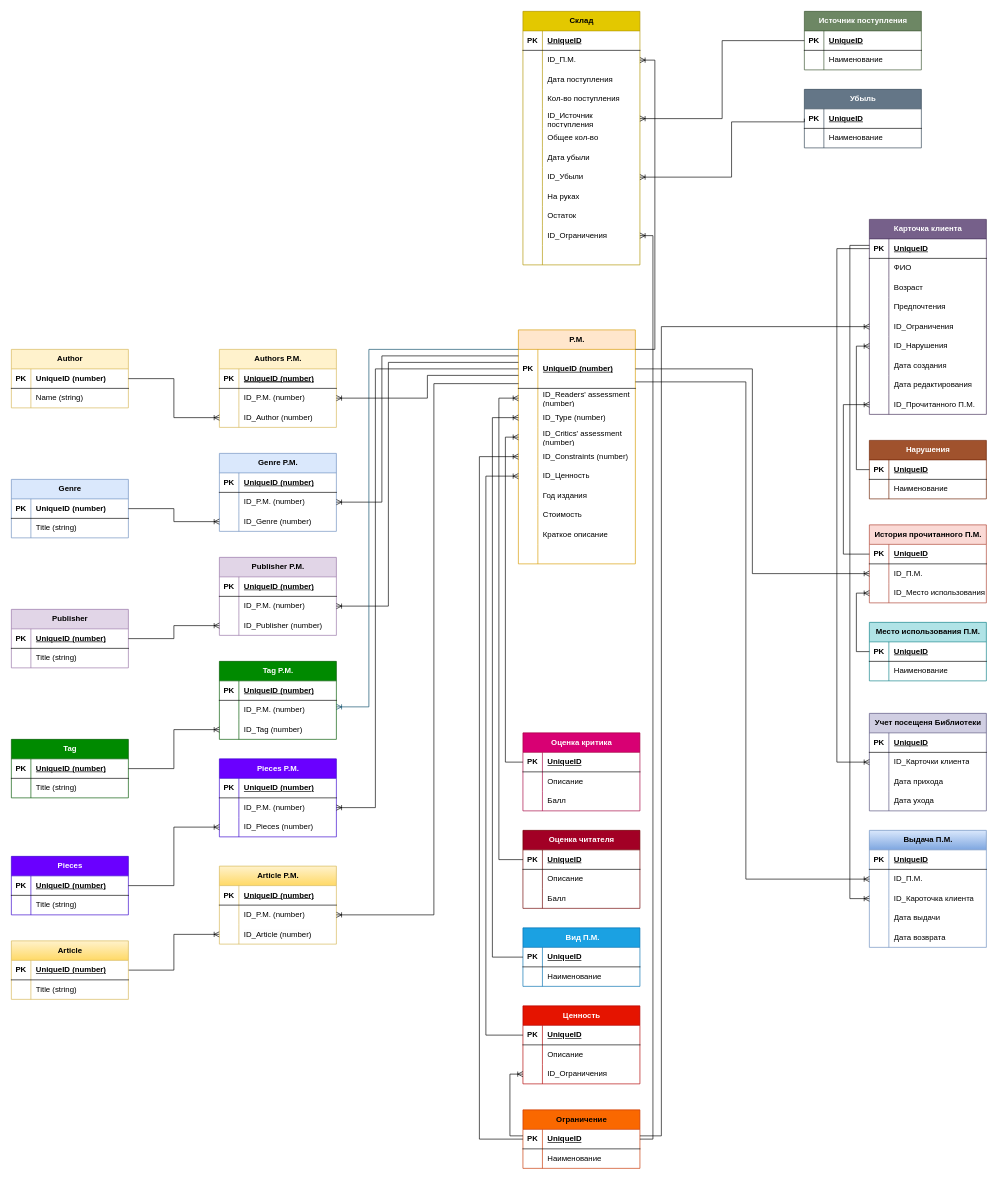
Before: page "Страница — 2" (2 of 2) of Диаграмма без названия.drawio in whoIsJhonGalt/repFirst, a draw.io diagram. Source tidied: cells renumbered, new cells numbered last; positions are measured from the earlier drawing's top-left corner, leaving out a move shared by most shapes. Both pictures are drawn from the tidied source at 65%, with x=0, y=0 at pixel (11, 11).
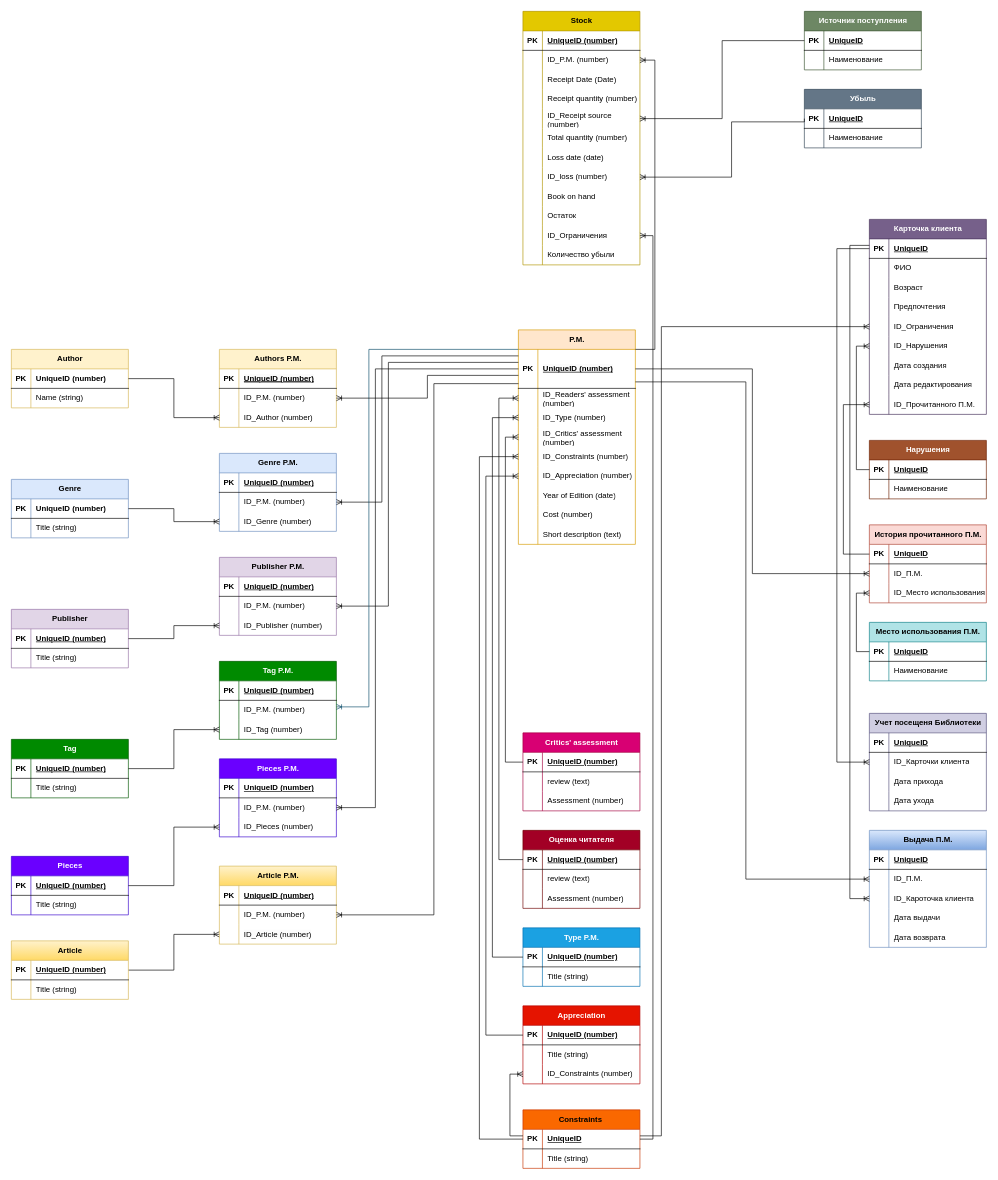
The same page after the edit.

The change refers to these unchanged cells:
```xml
<mxCell id="18" style="shape=tableRow;horizontal=0;startSize=0;swimlaneHead=0;swimlaneBody=0;fillColor=none;points=[[0,0.5],[1,0.5]];portConstraint=eastwest;top=0;left=0;right=0;bottom=0;" parent="2" vertex="1">
<mxCell id="21" style="shape=tableRow;horizontal=0;startSize=0;swimlaneHead=0;swimlaneBody=0;fillColor=none;top=0;left=0;right=0;bottom=0;" parent="2" vertex="1">
<mxCell id="24" style="shape=tableRow;horizontal=0;startSize=0;swimlaneHead=0;swimlaneBody=0;fillColor=none;top=0;left=0;right=0;bottom=0;" parent="2" vertex="1">
<mxCell id="27" style="shape=tableRow;horizontal=0;startSize=0;swimlaneHead=0;swimlaneBody=0;fillColor=none;top=0;left=0;right=0;bottom=0;" parent="2" vertex="1">
<mxCell id="109" style="shape=tableRow;horizontal=0;startSize=0;swimlaneHead=0;swimlaneBody=0;fillColor=none;points=[[0,0.5],[1,0.5]];portConstraint=eastwest;top=0;left=0;right=0;bottom=1;" parent="108" vertex="1">
<mxCell id="112" style="shape=tableRow;horizontal=0;startSize=0;swimlaneHead=0;swimlaneBody=0;fillColor=none;top=0;left=0;right=0;bottom=0;" parent="108" vertex="1">
<mxCell id="115" style="shape=tableRow;horizontal=0;startSize=0;swimlaneHead=0;swimlaneBody=0;fillColor=none;top=0;left=0;right=0;bottom=0;" parent="108" vertex="1">
<mxCell id="140" style="shape=tableRow;horizontal=0;startSize=0;swimlaneHead=0;swimlaneBody=0;fillColor=none;points=[[0,0.5],[1,0.5]];portConstraint=eastwest;top=0;left=0;right=0;bottom=1;" parent="139" vertex="1">
<mxCell id="143" style="shape=tableRow;horizontal=0;startSize=0;swimlaneHead=0;swimlaneBody=0;fillColor=none;top=0;left=0;right=0;bottom=0;" parent="139" vertex="1">
<mxCell id="146" style="shape=tableRow;horizontal=0;startSize=0;swimlaneHead=0;swimlaneBody=0;fillColor=none;points=[[0,0.5],[1,0.5]];portConstraint=eastwest;top=0;left=0;right=0;bottom=0;" parent="139" vertex="1">
<mxCell id="153" style="shape=tableRow;horizontal=0;startSize=0;swimlaneHead=0;swimlaneBody=0;fillColor=none;top=0;left=0;right=0;bottom=0;" parent="149" vertex="1">
<mxCell id="157" style="shape=tableRow;horizontal=0;startSize=0;swimlaneHead=0;swimlaneBody=0;fillColor=none;points=[[0,0.5],[1,0.5]];portConstraint=eastwest;top=0;left=0;right=0;bottom=1;" parent="156" vertex="1">
<mxCell id="160" style="shape=tableRow;horizontal=0;startSize=0;swimlaneHead=0;swimlaneBody=0;fillColor=none;top=0;left=0;right=0;bottom=0;" parent="156" vertex="1">
<mxCell id="164" style="shape=tableRow;horizontal=0;startSize=0;swimlaneHead=0;swimlaneBody=0;fillColor=none;points=[[0,0.5],[1,0.5]];portConstraint=eastwest;top=0;left=0;right=0;bottom=1;" parent="163" vertex="1">
<mxCell id="167" style="shape=tableRow;horizontal=0;startSize=0;swimlaneHead=0;swimlaneBody=0;fillColor=none;top=0;left=0;right=0;bottom=0;" parent="163" vertex="1">
<mxCell id="170" style="shape=tableRow;horizontal=0;startSize=0;swimlaneHead=0;swimlaneBody=0;fillColor=none;top=0;left=0;right=0;bottom=0;" parent="163" vertex="1">
<mxCell id="179" style="shape=tableRow;horizontal=0;startSize=0;swimlaneHead=0;swimlaneBody=0;fillColor=none;top=0;left=0;right=0;bottom=1;" parent="178" vertex="1">
<mxCell id="182" style="shape=tableRow;horizontal=0;startSize=0;swimlaneHead=0;swimlaneBody=0;fillColor=none;points=[[0,0.5],[1,0.5]];portConstraint=eastwest;top=0;left=0;right=0;bottom=0;" parent="178" vertex="1">
<mxCell id="185" style="shape=tableRow;horizontal=0;startSize=0;swimlaneHead=0;swimlaneBody=0;fillColor=none;top=0;left=0;right=0;bottom=0;" parent="178" vertex="1">
<mxCell id="188" style="shape=tableRow;horizontal=0;startSize=0;swimlaneHead=0;swimlaneBody=0;fillColor=none;top=0;left=0;right=0;bottom=0;" parent="178" vertex="1">
<mxCell id="191" style="shape=tableRow;horizontal=0;startSize=0;swimlaneHead=0;swimlaneBody=0;fillColor=none;points=[[0,0.5],[1,0.5]];portConstraint=eastwest;top=0;left=0;right=0;bottom=0;" parent="178" vertex="1">
<mxCell id="194" style="shape=tableRow;horizontal=0;startSize=0;swimlaneHead=0;swimlaneBody=0;fillColor=none;top=0;left=0;right=0;bottom=0;" parent="178" vertex="1">
<mxCell id="197" style="shape=tableRow;horizontal=0;startSize=0;swimlaneHead=0;swimlaneBody=0;fillColor=none;top=0;left=0;right=0;bottom=0;" parent="178" vertex="1">
<mxCell id="200" style="shape=tableRow;horizontal=0;startSize=0;swimlaneHead=0;swimlaneBody=0;fillColor=none;points=[[0,0.5],[1,0.5]];portConstraint=eastwest;top=0;left=0;right=0;bottom=0;" parent="178" vertex="1">
<mxCell id="203" style="shape=tableRow;horizontal=0;startSize=0;swimlaneHead=0;swimlaneBody=0;fillColor=none;top=0;left=0;right=0;bottom=0;" parent="178" vertex="1">
<mxCell id="212" style="shape=tableRow;horizontal=0;startSize=0;swimlaneHead=0;swimlaneBody=0;fillColor=none;top=0;left=0;right=0;bottom=0;" parent="178" vertex="1">
```

The edit, as a diff of the source:
```diff
@@
     <mxCell id="2" value="P.M." style="shape=table;startSize=30;childLayout=tableLayout;rowLines=0;fontStyle=1;align=center;html=1;fillColor=#ffe6cc;strokeColor=#d79b00;" parent="1" vertex="1">
-      <mxGeometry x="780" y="490" width="180" height="360" as="geometry" />
+      <mxGeometry x="780" y="490" width="180" height="330" as="geometry" />
     </mxCell>
@@
-    <mxCell id="20" value="ID_Ценность" style="shape=partialRectangle;fillColor=none;top=0;left=0;bottom=0;right=0;align=left;spacingLeft=6;overflow=hidden;whiteSpace=wrap;html=1;" parent="18" vertex="1">
+    <mxCell id="20" value="ID_Appreciation (number)" style="shape=partialRectangle;fillColor=none;top=0;left=0;bottom=0;right=0;align=left;spacingLeft=6;overflow=hidden;whiteSpace=wrap;html=1;" parent="18" vertex="1">
       <mxGeometry x="30" width="150" height="30" as="geometry" />
     </mxCell>
@@
-    <mxCell id="23" value="Год издания" style="shape=partialRectangle;fillColor=none;top=0;left=0;bottom=0;right=0;align=left;spacingLeft=6;overflow=hidden;whiteSpace=wrap;html=1;" parent="21" vertex="1">
+    <mxCell id="23" value="Year of Edition (date)" style="shape=partialRectangle;fillColor=none;top=0;left=0;bottom=0;right=0;align=left;spacingLeft=6;overflow=hidden;whiteSpace=wrap;html=1;" parent="21" vertex="1">
       <mxGeometry x="30" width="150" height="30" as="geometry" />
     </mxCell>
@@
-    <mxCell id="26" value="Стоимость" style="shape=partialRectangle;fillColor=none;top=0;left=0;bottom=0;right=0;align=left;spacingLeft=6;overflow=hidden;whiteSpace=wrap;html=1;" parent="24" vertex="1">
+    <mxCell id="26" value="Cost (number)" style="shape=partialRectangle;fillColor=none;top=0;left=0;bottom=0;right=0;align=left;spacingLeft=6;overflow=hidden;whiteSpace=wrap;html=1;" parent="24" vertex="1">
       <mxGeometry x="30" width="150" height="30" as="geometry" />
     </mxCell>
@@
-    <mxCell id="29" value="Краткое описание" style="shape=partialRectangle;fillColor=none;top=0;left=0;bottom=0;right=0;align=left;spacingLeft=6;overflow=hidden;whiteSpace=wrap;html=1;" parent="27" vertex="1">
+    <mxCell id="29" value="Short description (text)" style="shape=partialRectangle;fillColor=none;top=0;left=0;bottom=0;right=0;align=left;spacingLeft=6;overflow=hidden;whiteSpace=wrap;html=1;" parent="27" vertex="1">
       <mxGeometry x="30" width="150" height="30" as="geometry" />
     </mxCell>
-    <mxCell id="30" style="shape=tableRow;horizontal=0;startSize=0;swimlaneHead=0;swimlaneBody=0;fillColor=none;top=0;left=0;right=0;bottom=0;" parent="2" vertex="1">
-      <mxGeometry y="330" width="180" height="30" as="geometry" />
-    </mxCell>
-    <mxCell id="31" style="shape=partialRectangle;fillColor=none;top=0;left=0;bottom=0;right=0;overflow=hidden;whiteSpace=wrap;html=1;" parent="30" vertex="1">
-      <mxGeometry width="30" height="30" as="geometry" />
-    </mxCell>
-    <mxCell id="32" style="shape=partialRectangle;fillColor=none;top=0;left=0;bottom=0;right=0;align=left;spacingLeft=6;overflow=hidden;whiteSpace=wrap;html=1;" parent="30" vertex="1">
-      <mxGeometry x="30" width="150" height="30" as="geometry" />
-    </mxCell>
@@
-    <mxCell id="108" value="Оценка критика" style="shape=table;startSize=30;childLayout=tableLayout;rowLines=0;fontStyle=1;align=center;html=1;fillColor=#d80073;fontColor=#ffffff;strokeColor=#A50040;" parent="1" vertex="1">
+    <mxCell id="108" value="Critics' assessment" style="shape=table;startSize=30;childLayout=tableLayout;rowLines=0;fontStyle=1;align=center;html=1;fillColor=#d80073;fontColor=#ffffff;strokeColor=#A50040;" parent="1" vertex="1">
       <mxGeometry x="787" y="1110" width="180" height="120" as="geometry" />
     </mxCell>
@@
-    <mxCell id="111" value="UniqueID" style="shape=partialRectangle;fillColor=none;top=0;left=0;bottom=0;right=0;align=left;spacingLeft=6;fontStyle=5;overflow=hidden;whiteSpace=wrap;html=1;" parent="109" vertex="1">
+    <mxCell id="111" value="UniqueID (number)" style="shape=partialRectangle;fillColor=none;top=0;left=0;bottom=0;right=0;align=left;spacingLeft=6;fontStyle=5;overflow=hidden;whiteSpace=wrap;html=1;" parent="109" vertex="1">
       <mxGeometry x="30" width="150" height="30" as="geometry" />
     </mxCell>
@@
-    <mxCell id="114" value="Описание" style="shape=partialRectangle;fillColor=none;top=0;left=0;bottom=0;right=0;align=left;spacingLeft=6;overflow=hidden;whiteSpace=wrap;html=1;" parent="112" vertex="1">
+    <mxCell id="114" value="review (text)" style="shape=partialRectangle;fillColor=none;top=0;left=0;bottom=0;right=0;align=left;spacingLeft=6;overflow=hidden;whiteSpace=wrap;html=1;" parent="112" vertex="1">
       <mxGeometry x="30" width="150" height="30" as="geometry" />
     </mxCell>
@@
-    <mxCell id="117" value="Балл" style="shape=partialRectangle;fillColor=none;top=0;left=0;bottom=0;right=0;align=left;spacingLeft=6;overflow=hidden;whiteSpace=wrap;html=1;" parent="115" vertex="1">
+    <mxCell id="117" value="Assessment (number)" style="shape=partialRectangle;fillColor=none;top=0;left=0;bottom=0;right=0;align=left;spacingLeft=6;overflow=hidden;whiteSpace=wrap;html=1;" parent="115" vertex="1">
       <mxGeometry x="30" width="150" height="30" as="geometry" />
     </mxCell>
@@
-    <mxCell id="139" value="Ценность" style="shape=table;startSize=30;childLayout=tableLayout;rowLines=0;fontStyle=1;align=center;html=1;fillColor=#e51400;fontColor=#ffffff;strokeColor=#B20000;" parent="1" vertex="1">
+    <mxCell id="139" value="Appreciation" style="shape=table;startSize=30;childLayout=tableLayout;rowLines=0;fontStyle=1;align=center;html=1;fillColor=#e51400;fontColor=#ffffff;strokeColor=#B20000;" parent="1" vertex="1">
       <mxGeometry x="787" y="1530" width="180" height="120" as="geometry" />
     </mxCell>
@@
-    <mxCell id="142" value="UniqueID" style="shape=partialRectangle;fillColor=none;top=0;left=0;bottom=0;right=0;align=left;spacingLeft=6;fontStyle=5;overflow=hidden;whiteSpace=wrap;html=1;" parent="140" vertex="1">
+    <mxCell id="142" value="UniqueID (number)" style="shape=partialRectangle;fillColor=none;top=0;left=0;bottom=0;right=0;align=left;spacingLeft=6;fontStyle=5;overflow=hidden;whiteSpace=wrap;html=1;" parent="140" vertex="1">
       <mxGeometry x="30" width="150" height="30" as="geometry" />
     </mxCell>
@@
-    <mxCell id="145" value="Описание" style="shape=partialRectangle;fillColor=none;top=0;left=0;bottom=0;right=0;align=left;spacingLeft=6;overflow=hidden;whiteSpace=wrap;html=1;" parent="143" vertex="1">
+    <mxCell id="145" value="Title (string)" style="shape=partialRectangle;fillColor=none;top=0;left=0;bottom=0;right=0;align=left;spacingLeft=6;overflow=hidden;whiteSpace=wrap;html=1;" parent="143" vertex="1">
       <mxGeometry x="30" width="150" height="30" as="geometry" />
     </mxCell>
@@
-    <mxCell id="148" value="ID_Ограничения" style="shape=partialRectangle;fillColor=none;top=0;left=0;bottom=0;right=0;align=left;spacingLeft=6;overflow=hidden;whiteSpace=wrap;html=1;" parent="146" vertex="1">
+    <mxCell id="148" value="ID_Constraints (number)" style="shape=partialRectangle;fillColor=none;top=0;left=0;bottom=0;right=0;align=left;spacingLeft=6;overflow=hidden;whiteSpace=wrap;html=1;" parent="146" vertex="1">
       <mxGeometry x="30" width="150" height="30" as="geometry" />
     </mxCell>
-    <mxCell id="149" value="Ограничение" style="shape=table;startSize=30;childLayout=tableLayout;rowLines=0;fontStyle=1;align=center;html=1;fillColor=#fa6800;fontColor=#000000;strokeColor=#C73500;" parent="1" vertex="1">
+    <mxCell id="149" value="Constraints&amp;nbsp;" style="shape=table;startSize=30;childLayout=tableLayout;rowLines=0;fontStyle=1;align=center;html=1;fillColor=#fa6800;fontColor=#000000;strokeColor=#C73500;" parent="1" vertex="1">
       <mxGeometry x="787" y="1690" width="180" height="90" as="geometry" />
     </mxCell>
@@
-    <mxCell id="155" value="Наименование" style="shape=partialRectangle;fillColor=none;top=0;left=0;bottom=0;right=0;align=left;spacingLeft=6;overflow=hidden;whiteSpace=wrap;html=1;" parent="153" vertex="1">
+    <mxCell id="155" value="Title (string)" style="shape=partialRectangle;fillColor=none;top=0;left=0;bottom=0;right=0;align=left;spacingLeft=6;overflow=hidden;whiteSpace=wrap;html=1;" parent="153" vertex="1">
       <mxGeometry x="30" width="150" height="30" as="geometry" />
     </mxCell>
-    <mxCell id="156" value="&amp;nbsp;Вид П.М." style="shape=table;startSize=30;childLayout=tableLayout;rowLines=0;fontStyle=1;align=center;html=1;fillColor=#1ba1e2;fontColor=#ffffff;strokeColor=#006EAF;" parent="1" vertex="1">
+    <mxCell id="156" value="Type P.M." style="shape=table;startSize=30;childLayout=tableLayout;rowLines=0;fontStyle=1;align=center;html=1;fillColor=#1ba1e2;fontColor=#ffffff;strokeColor=#006EAF;" parent="1" vertex="1">
       <mxGeometry x="787" y="1410" width="180" height="90" as="geometry" />
     </mxCell>
@@
-    <mxCell id="159" value="UniqueID" style="shape=partialRectangle;fillColor=none;top=0;left=0;bottom=0;right=0;align=left;spacingLeft=6;fontStyle=5;overflow=hidden;whiteSpace=wrap;html=1;" parent="157" vertex="1">
+    <mxCell id="159" value="UniqueID (number)" style="shape=partialRectangle;fillColor=none;top=0;left=0;bottom=0;right=0;align=left;spacingLeft=6;fontStyle=5;overflow=hidden;whiteSpace=wrap;html=1;" parent="157" vertex="1">
       <mxGeometry x="30" width="150" height="30" as="geometry" />
     </mxCell>
@@
-    <mxCell id="162" value="Наименование" style="shape=partialRectangle;fillColor=none;top=0;left=0;bottom=0;right=0;align=left;spacingLeft=6;overflow=hidden;whiteSpace=wrap;html=1;" parent="160" vertex="1">
+    <mxCell id="162" value="Title (string)" style="shape=partialRectangle;fillColor=none;top=0;left=0;bottom=0;right=0;align=left;spacingLeft=6;overflow=hidden;whiteSpace=wrap;html=1;" parent="160" vertex="1">
       <mxGeometry x="30" width="150" height="30" as="geometry" />
     </mxCell>
@@
-    <mxCell id="166" value="UniqueID" style="shape=partialRectangle;fillColor=none;top=0;left=0;bottom=0;right=0;align=left;spacingLeft=6;fontStyle=5;overflow=hidden;whiteSpace=wrap;html=1;" parent="164" vertex="1">
+    <mxCell id="166" value="UniqueID (number)" style="shape=partialRectangle;fillColor=none;top=0;left=0;bottom=0;right=0;align=left;spacingLeft=6;fontStyle=5;overflow=hidden;whiteSpace=wrap;html=1;" parent="164" vertex="1">
       <mxGeometry x="30" width="150" height="30" as="geometry" />
     </mxCell>
@@
-    <mxCell id="169" value="Описание" style="shape=partialRectangle;fillColor=none;top=0;left=0;bottom=0;right=0;align=left;spacingLeft=6;overflow=hidden;whiteSpace=wrap;html=1;" parent="167" vertex="1">
+    <mxCell id="169" value="review (text)" style="shape=partialRectangle;fillColor=none;top=0;left=0;bottom=0;right=0;align=left;spacingLeft=6;overflow=hidden;whiteSpace=wrap;html=1;" parent="167" vertex="1">
       <mxGeometry x="30" width="150" height="30" as="geometry" />
     </mxCell>
@@
-    <mxCell id="172" value="Балл" style="shape=partialRectangle;fillColor=none;top=0;left=0;bottom=0;right=0;align=left;spacingLeft=6;overflow=hidden;whiteSpace=wrap;html=1;" parent="170" vertex="1">
+    <mxCell id="172" value="Assessment (number)" style="shape=partialRectangle;fillColor=none;top=0;left=0;bottom=0;right=0;align=left;spacingLeft=6;overflow=hidden;whiteSpace=wrap;html=1;" parent="170" vertex="1">
       <mxGeometry x="30" width="150" height="30" as="geometry" />
     </mxCell>
@@
-    <mxCell id="178" value="Склад" style="shape=table;startSize=30;childLayout=tableLayout;rowLines=0;fontStyle=1;align=center;html=1;fillColor=#e3c800;fontColor=#000000;strokeColor=#B09500;" parent="1" vertex="1">
+    <mxCell id="178" value="Stock" style="shape=table;startSize=30;childLayout=tableLayout;rowLines=0;fontStyle=1;align=center;html=1;fillColor=#e3c800;fontColor=#000000;strokeColor=#B09500;" parent="1" vertex="1">
       <mxGeometry x="787" width="180" height="390" as="geometry" />
     </mxCell>
@@
-    <mxCell id="181" value="UniqueID" style="shape=partialRectangle;fillColor=none;top=0;left=0;bottom=0;right=0;align=left;spacingLeft=6;fontStyle=5;overflow=hidden;whiteSpace=wrap;html=1;" parent="179" vertex="1">
+    <mxCell id="181" value="UniqueID (number)" style="shape=partialRectangle;fillColor=none;top=0;left=0;bottom=0;right=0;align=left;spacingLeft=6;fontStyle=5;overflow=hidden;whiteSpace=wrap;html=1;" parent="179" vertex="1">
       <mxGeometry x="30" width="150" height="30" as="geometry" />
     </mxCell>
@@
-    <mxCell id="184" value="ID_П.М." style="shape=partialRectangle;fillColor=none;top=0;left=0;bottom=0;right=0;align=left;spacingLeft=6;overflow=hidden;whiteSpace=wrap;html=1;" parent="182" vertex="1">
+    <mxCell id="184" value="ID_P.M. (number)" style="shape=partialRectangle;fillColor=none;top=0;left=0;bottom=0;right=0;align=left;spacingLeft=6;overflow=hidden;whiteSpace=wrap;html=1;" parent="182" vertex="1">
       <mxGeometry x="30" width="150" height="30" as="geometry" />
     </mxCell>
@@
-    <mxCell id="187" value="Дата поступления" style="shape=partialRectangle;fillColor=none;top=0;left=0;bottom=0;right=0;align=left;spacingLeft=6;overflow=hidden;whiteSpace=wrap;html=1;" parent="185" vertex="1">
+    <mxCell id="187" value="Receipt Date (Date)" style="shape=partialRectangle;fillColor=none;top=0;left=0;bottom=0;right=0;align=left;spacingLeft=6;overflow=hidden;whiteSpace=wrap;html=1;" parent="185" vertex="1">
       <mxGeometry x="30" width="150" height="30" as="geometry" />
     </mxCell>
@@
-    <mxCell id="190" value="Кол-во поступления" style="shape=partialRectangle;fillColor=none;top=0;left=0;bottom=0;right=0;align=left;spacingLeft=6;overflow=hidden;whiteSpace=wrap;html=1;" parent="188" vertex="1">
+    <mxCell id="190" value="Receipt quantity (number)" style="shape=partialRectangle;fillColor=none;top=0;left=0;bottom=0;right=0;align=left;spacingLeft=6;overflow=hidden;whiteSpace=wrap;html=1;" parent="188" vertex="1">
       <mxGeometry x="30" width="150" height="30" as="geometry" />
     </mxCell>
@@
-    <mxCell id="193" value="ID_Источник поступления" style="shape=partialRectangle;fillColor=none;top=0;left=0;bottom=0;right=0;align=left;spacingLeft=6;overflow=hidden;whiteSpace=wrap;html=1;" parent="191" vertex="1">
+    <mxCell id="193" value="ID_Receipt source (number)" style="shape=partialRectangle;fillColor=none;top=0;left=0;bottom=0;right=0;align=left;spacingLeft=6;overflow=hidden;whiteSpace=wrap;html=1;" parent="191" vertex="1">
       <mxGeometry x="30" width="150" height="30" as="geometry" />
     </mxCell>
@@
-    <mxCell id="196" value="Общее кол-во" style="shape=partialRectangle;fillColor=none;top=0;left=0;bottom=0;right=0;align=left;spacingLeft=6;overflow=hidden;whiteSpace=wrap;html=1;" parent="194" vertex="1">
+    <mxCell id="196" value="Total quantity (number)" style="shape=partialRectangle;fillColor=none;top=0;left=0;bottom=0;right=0;align=left;spacingLeft=6;overflow=hidden;whiteSpace=wrap;html=1;" parent="194" vertex="1">
       <mxGeometry x="30" width="150" height="30" as="geometry" />
     </mxCell>
@@
-    <mxCell id="199" value="Дата убыли" style="shape=partialRectangle;fillColor=none;top=0;left=0;bottom=0;right=0;align=left;spacingLeft=6;overflow=hidden;whiteSpace=wrap;html=1;" parent="197" vertex="1">
+    <mxCell id="199" value="Loss date (date)" style="shape=partialRectangle;fillColor=none;top=0;left=0;bottom=0;right=0;align=left;spacingLeft=6;overflow=hidden;whiteSpace=wrap;html=1;" parent="197" vertex="1">
       <mxGeometry x="30" width="150" height="30" as="geometry" />
     </mxCell>
@@
-    <mxCell id="202" value="ID_Убыли" style="shape=partialRectangle;fillColor=none;top=0;left=0;bottom=0;right=0;align=left;spacingLeft=6;overflow=hidden;whiteSpace=wrap;html=1;" parent="200" vertex="1">
+    <mxCell id="202" value="ID_loss (number)" style="shape=partialRectangle;fillColor=none;top=0;left=0;bottom=0;right=0;align=left;spacingLeft=6;overflow=hidden;whiteSpace=wrap;html=1;" parent="200" vertex="1">
       <mxGeometry x="30" width="150" height="30" as="geometry" />
     </mxCell>
@@
-    <mxCell id="205" value="На руках" style="shape=partialRectangle;fillColor=none;top=0;left=0;bottom=0;right=0;align=left;spacingLeft=6;overflow=hidden;whiteSpace=wrap;html=1;" parent="203" vertex="1">
+    <mxCell id="205" value="Book on hand" style="shape=partialRectangle;fillColor=none;top=0;left=0;bottom=0;right=0;align=left;spacingLeft=6;overflow=hidden;whiteSpace=wrap;html=1;" parent="203" vertex="1">
       <mxGeometry x="30" width="150" height="30" as="geometry" />
     </mxCell>
@@
-    <mxCell id="214" style="shape=partialRectangle;fillColor=none;top=0;left=0;bottom=0;right=0;align=left;spacingLeft=6;overflow=hidden;whiteSpace=wrap;html=1;" parent="212" vertex="1">
+    <mxCell id="214" value="Количество убыли" style="shape=partialRectangle;fillColor=none;top=0;left=0;bottom=0;right=0;align=left;spacingLeft=6;overflow=hidden;whiteSpace=wrap;html=1;" parent="212" vertex="1">
       <mxGeometry x="30" width="150" height="30" as="geometry" />
     </mxCell>
```
